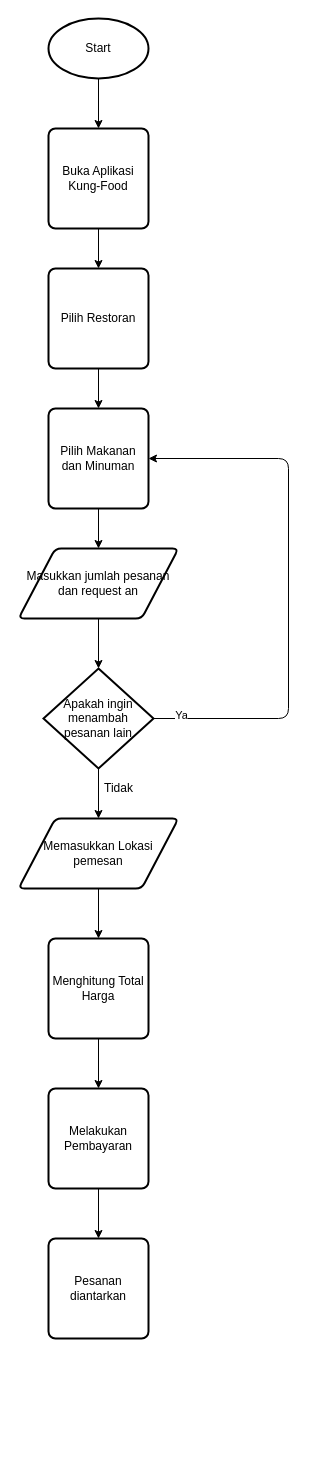
Earlier version of the draw.io diagram flowchart.drawio (christianasc30/Christian_Antonio-Food_Order_App). Source tidied: cells renumbered, new cells numbered last; positions are measured from the earlier drawing's top-left corner, leaving out a move shared by most shapes. Both pictures are drawn from the tidied source at 100%, with x=0, y=0 at pixel (18, 18).
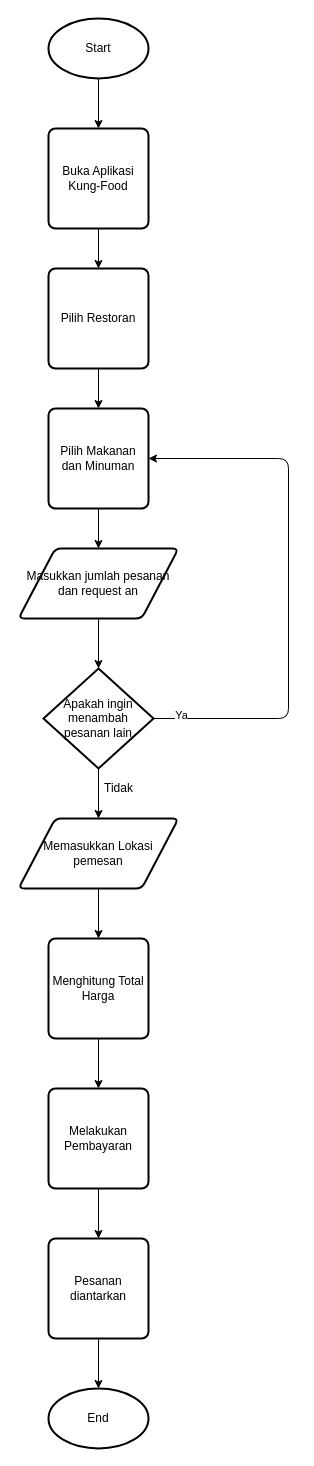
The same page after the edit.

Commit message:
Flowchart Selesai

The change refers to these unchanged cells:
```xml
<mxCell id="23" value="Pesanan diantarkan" style="rounded=1;whiteSpace=wrap;html=1;absoluteArcSize=1;arcSize=14;strokeWidth=2;" parent="1" vertex="1">
  <mxGeometry x="30" y="1220" width="100" height="100" as="geometry" />
</mxCell>
```

The edit, as a diff of the source:
```diff
@@
+    <mxCell id="24" style="edgeStyle=none;html=1;exitX=0.5;exitY=1;exitDx=0;exitDy=0;entryX=0.5;entryY=0;entryDx=0;entryDy=0;entryPerimeter=0;" parent="1" edge="1" source="23" target="25">
+      <mxGeometry relative="1" as="geometry" />
+    </mxCell>
@@
+    <mxCell id="25" value="End" style="strokeWidth=2;html=1;shape=mxgraph.flowchart.start_1;whiteSpace=wrap;" parent="1" vertex="1">
+      <mxGeometry x="30" y="1370" width="100" height="60" as="geometry" />
+    </mxCell>
```
